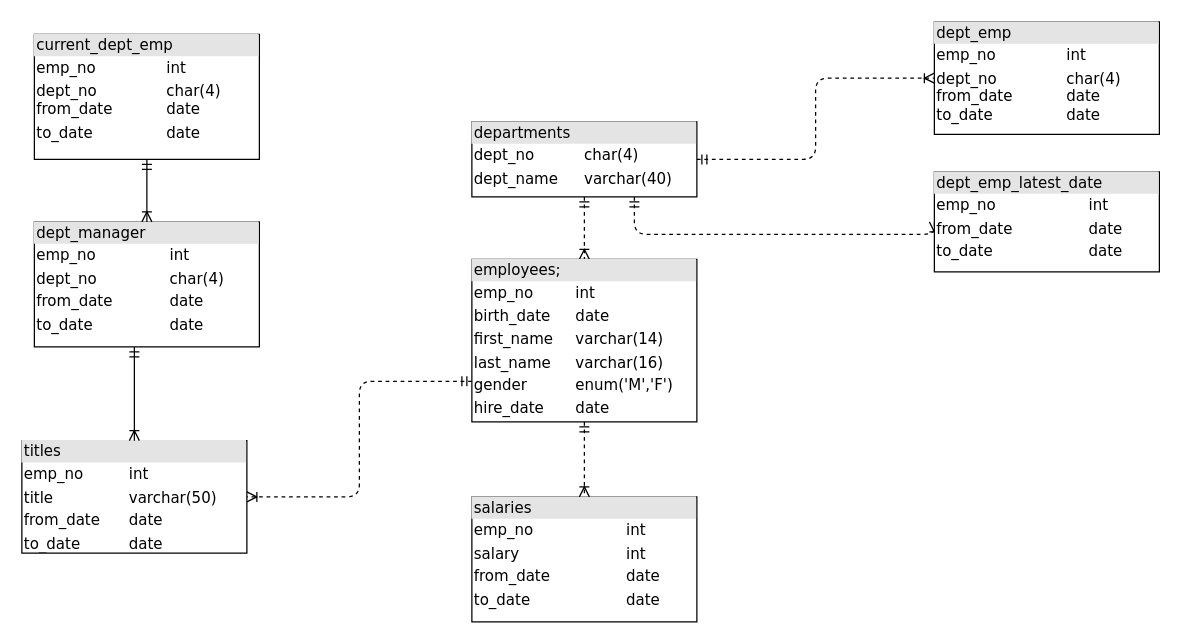
Before: act2/Untitled Diagram.drawio in DemiurgeApeiron/A01028325-InternetOfThings, a draw.io diagram. Source tidied: cells renumbered, new cells numbered last; positions are measured from the earlier drawing's top-left corner, leaving out a move shared by most shapes. Both pictures are drawn from the tidied source at 125%, with x=0, y=0 at pixel (21, 21).
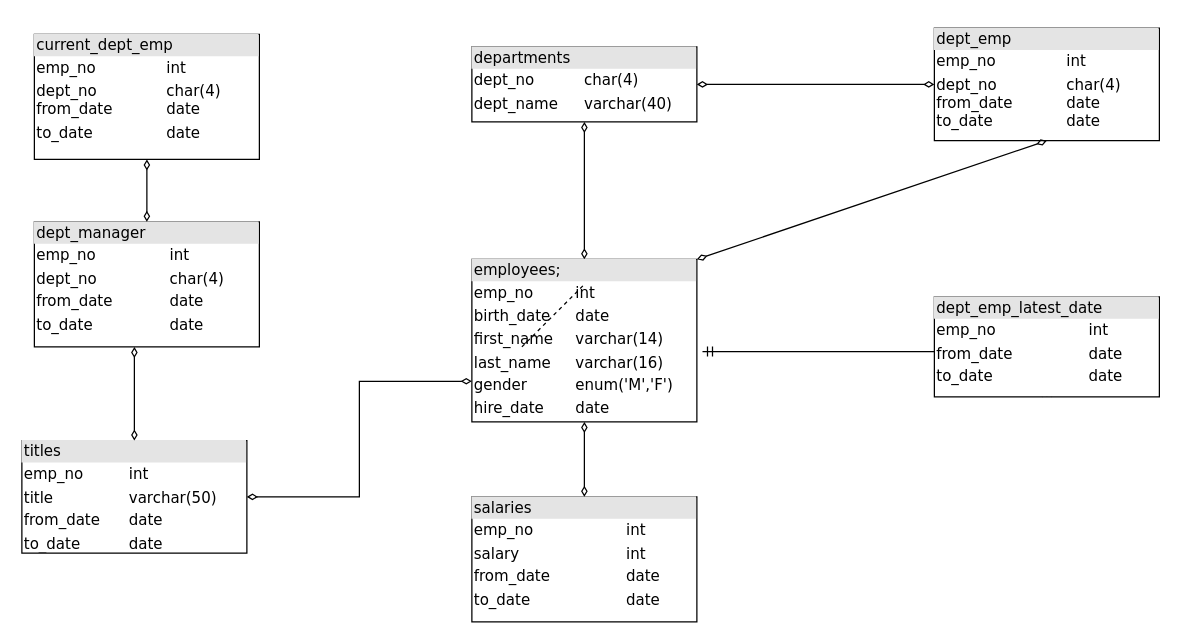
The same diagram, later.

Unchanged cells that the change refers to:
```xml
<mxCell id="2" value="&lt;div style=&quot;box-sizing: border-box ; width: 100% ; background: #e4e4e4 ; padding: 2px&quot;&gt;current_dept_emp&lt;/div&gt;&lt;table style=&quot;width: 100% ; font-size: 1em&quot; cellspacing=&quot;0&quot; cellpadding=&quot;2&quot;&gt;&lt;tbody&gt;&lt;tr&gt;&lt;td&gt;emp_no&lt;br&gt;&lt;/td&gt;&lt;td&gt;int&lt;/td&gt;&lt;/tr&gt;&lt;tr&gt;&lt;td&gt;dept_no&lt;br&gt;from_date&lt;br&gt;&lt;/td&gt;&lt;td&gt;char(4)&lt;br&gt;date&lt;br&gt;&lt;/td&gt;&lt;/tr&gt;&lt;tr&gt;&lt;td&gt;to_date&lt;br&gt;&lt;/td&gt;&lt;td&gt;date&lt;/td&gt;&lt;/tr&gt;&lt;/tbody&gt;&lt;/table&gt;" style="verticalAlign=top;align=left;overflow=fill;html=1;rounded=0;shadow=0;comic=0;labelBackgroundColor=none;strokeWidth=1;fontFamily=Verdana;fontSize=12;" parent="1" vertex="1">
  <mxGeometry x="10" y="10" width="180" height="100" as="geometry" />
</mxCell>
<mxCell id="8" value="&lt;div style=&quot;box-sizing: border-box ; width: 100% ; background: #e4e4e4 ; padding: 2px&quot;&gt;titles&lt;/div&gt;&lt;table style=&quot;width: 100% ; font-size: 1em&quot; cellspacing=&quot;0&quot; cellpadding=&quot;2&quot;&gt;&lt;tbody&gt;&lt;tr&gt;&lt;td&gt;emp_no&lt;/td&gt;&lt;td&gt;int&lt;/td&gt;&lt;/tr&gt;&lt;tr&gt;&lt;td&gt;title&lt;/td&gt;&lt;td&gt;varchar(50)&lt;/td&gt;&lt;/tr&gt;&lt;tr&gt;&lt;td&gt;from_date&lt;/td&gt;&lt;td&gt;date&lt;/td&gt;&lt;/tr&gt;&lt;tr&gt;&lt;td&gt;to_date&lt;/td&gt;&lt;td&gt;date&lt;br&gt;&lt;/td&gt;&lt;/tr&gt;&lt;/tbody&gt;&lt;/table&gt;" style="verticalAlign=top;align=left;overflow=fill;html=1;rounded=0;shadow=0;comic=0;labelBackgroundColor=none;strokeWidth=1;fontFamily=Verdana;fontSize=12;" parent="1" vertex="1">
  <mxGeometry y="335" width="180" height="90" as="geometry" />
</mxCell>
<mxCell id="10" value="&lt;div style=&quot;box-sizing: border-box ; width: 100% ; background: #e4e4e4 ; padding: 2px&quot;&gt;dept_manager&lt;/div&gt;&lt;table style=&quot;width: 100% ; font-size: 1em&quot; cellspacing=&quot;0&quot; cellpadding=&quot;2&quot;&gt;&lt;tbody&gt;&lt;tr&gt;&lt;td&gt;emp_no&lt;/td&gt;&lt;td&gt;&lt;br&gt;&lt;/td&gt;&lt;td&gt;int&lt;/td&gt;&lt;/tr&gt;&lt;tr&gt;&lt;td&gt;dept_no&lt;/td&gt;&lt;td&gt;&lt;br&gt;&lt;/td&gt;&lt;td&gt;char(4)&lt;/td&gt;&lt;/tr&gt;&lt;tr&gt;&lt;td&gt;from_date&lt;br&gt;&lt;/td&gt;&lt;td&gt;&lt;br&gt;&lt;/td&gt;&lt;td&gt;date &lt;br&gt;&lt;/td&gt;&lt;/tr&gt;&lt;tr&gt;&lt;td&gt;to_date&lt;br&gt;&lt;/td&gt;&lt;td&gt;&lt;br&gt;&lt;/td&gt;&lt;td&gt;date&lt;br&gt;&lt;/td&gt;&lt;/tr&gt;&lt;tr&gt;&lt;td&gt;&lt;br&gt;&lt;/td&gt;&lt;td&gt;&lt;br&gt;&lt;/td&gt;&lt;td&gt;&lt;br&gt;&lt;/td&gt;&lt;/tr&gt;&lt;/tbody&gt;&lt;/table&gt;" style="verticalAlign=top;align=left;overflow=fill;html=1;rounded=0;shadow=0;comic=0;labelBackgroundColor=none;strokeWidth=1;fontFamily=Verdana;fontSize=12;" parent="1" vertex="1">
  <mxGeometry x="10" y="160" width="180" height="100" as="geometry" />
</mxCell>
<mxCell id="11" value="&lt;div style=&quot;box-sizing: border-box ; width: 100% ; background: #e4e4e4 ; padding: 2px&quot;&gt;salaries&lt;/div&gt;&lt;table style=&quot;width: 100% ; font-size: 1em&quot; cellspacing=&quot;0&quot; cellpadding=&quot;2&quot;&gt;&lt;tbody&gt;&lt;tr&gt;&lt;td&gt;emp_no&lt;/td&gt;&lt;td&gt;int&lt;/td&gt;&lt;/tr&gt;&lt;tr&gt;&lt;td&gt;salary&lt;/td&gt;&lt;td&gt;int&lt;/td&gt;&lt;/tr&gt;&lt;tr&gt;&lt;td&gt;from_date&lt;/td&gt;&lt;td&gt;date&lt;/td&gt;&lt;/tr&gt;&lt;tr&gt;&lt;td&gt;to_date&lt;/td&gt;&lt;td&gt;date&lt;br&gt;&lt;/td&gt;&lt;/tr&gt;&lt;tr&gt;&lt;td&gt;&lt;br&gt;&lt;/td&gt;&lt;td&gt;&lt;br&gt;&lt;/td&gt;&lt;/tr&gt;&lt;/tbody&gt;&lt;/table&gt;" style="verticalAlign=top;align=left;overflow=fill;html=1;rounded=0;shadow=0;comic=0;labelBackgroundColor=none;strokeWidth=1;fontFamily=Verdana;fontSize=12;" parent="1" vertex="1">
  <mxGeometry x="360" y="380" width="180" height="100" as="geometry" />
</mxCell>
<mxCell id="13" value="&lt;div style=&quot;box-sizing: border-box ; width: 100% ; background: #e4e4e4 ; padding: 2px&quot;&gt;employees;&lt;/div&gt;&lt;table style=&quot;width: 100% ; font-size: 1em&quot; cellspacing=&quot;0&quot; cellpadding=&quot;2&quot;&gt;&lt;tbody&gt;&lt;tr&gt;&lt;td&gt;emp_no&lt;/td&gt;&lt;td&gt;int&lt;/td&gt;&lt;/tr&gt;&lt;tr&gt;&lt;td&gt;birth_date&lt;/td&gt;&lt;td&gt;date&lt;/td&gt;&lt;/tr&gt;&lt;tr&gt;&lt;td&gt;first_name&lt;br&gt;&lt;/td&gt;&lt;td&gt;varchar(14)&lt;/td&gt;&lt;/tr&gt;&lt;tr&gt;&lt;td&gt;last_name&lt;br&gt;&lt;/td&gt;&lt;td&gt;varchar(16)&lt;br&gt;&lt;/td&gt;&lt;/tr&gt;&lt;tr&gt;&lt;td&gt;gender&lt;br&gt;&lt;/td&gt;&lt;td&gt;enum('M','F')&lt;br&gt;&lt;/td&gt;&lt;/tr&gt;&lt;tr&gt;&lt;td&gt;hire_date&lt;br&gt;&lt;/td&gt;&lt;td&gt;date&lt;br&gt;&lt;/td&gt;&lt;/tr&gt;&lt;tr&gt;&lt;td&gt;&lt;br&gt;&lt;/td&gt;&lt;td&gt;&lt;br&gt;&lt;/td&gt;&lt;/tr&gt;&lt;tr&gt;&lt;td&gt;&lt;br&gt;&lt;/td&gt;&lt;td&gt;&lt;br&gt;&lt;/td&gt;&lt;/tr&gt;&lt;tr&gt;&lt;td&gt;&lt;br&gt;&lt;/td&gt;&lt;td&gt;&lt;br&gt;&lt;/td&gt;&lt;/tr&gt;&lt;tr&gt;&lt;td&gt;&lt;br&gt;&lt;/td&gt;&lt;td&gt;&lt;br&gt;&lt;/td&gt;&lt;/tr&gt;&lt;tr&gt;&lt;td&gt;&lt;br&gt;&lt;/td&gt;&lt;td&gt;&lt;br&gt;&lt;/td&gt;&lt;/tr&gt;&lt;tr&gt;&lt;td&gt;&lt;br&gt;&lt;/td&gt;&lt;td&gt;&lt;br&gt;&lt;/td&gt;&lt;/tr&gt;&lt;tr&gt;&lt;td&gt;&lt;br&gt;&lt;/td&gt;&lt;td&gt;&lt;br&gt;&lt;/td&gt;&lt;/tr&gt;&lt;tr&gt;&lt;td&gt;&lt;br&gt;&lt;/td&gt;&lt;td&gt;&lt;br&gt;&lt;/td&gt;&lt;/tr&gt;&lt;tr&gt;&lt;td&gt;&lt;br&gt;&lt;/td&gt;&lt;td&gt;&lt;br&gt;&lt;/td&gt;&lt;/tr&gt;&lt;tr&gt;&lt;td&gt;&lt;br&gt;&lt;/td&gt;&lt;td&gt;&lt;br&gt;&lt;/td&gt;&lt;/tr&gt;&lt;tr&gt;&lt;td&gt;&lt;br&gt;&lt;/td&gt;&lt;td&gt;&lt;br&gt;&lt;/td&gt;&lt;/tr&gt;&lt;/tbody&gt;&lt;/table&gt;" style="verticalAlign=top;align=left;overflow=fill;html=1;rounded=0;shadow=0;comic=0;labelBackgroundColor=none;strokeWidth=1;fontFamily=Verdana;fontSize=12;" parent="1" vertex="1">
  <mxGeometry x="360" y="190" width="180" height="130" as="geometry" />
</mxCell>
```

Change to the diagram source:
```diff
@@
-    <mxCell id="3" style="edgeStyle=orthogonalEdgeStyle;html=1;entryX=0.5;entryY=0;dashed=1;labelBackgroundColor=none;startArrow=ERmandOne;endArrow=ERoneToMany;fontFamily=Verdana;fontSize=12;align=left;" parent="1" edge="1" source="6" target="13">
+    <mxCell id="3" style="edgeStyle=orthogonalEdgeStyle;html=1;entryX=0.5;entryY=0;labelBackgroundColor=none;startArrow=diamondThin;endArrow=diamondThin;fontFamily=Verdana;fontSize=12;align=left;endFill=0;startFill=0;" parent="1" edge="1" source="6" target="13">
       <mxGeometry relative="1" as="geometry" />
     </mxCell>
-    <mxCell id="4" style="edgeStyle=orthogonalEdgeStyle;html=1;dashed=1;labelBackgroundColor=none;startArrow=ERmandOne;endArrow=ERoneToMany;fontFamily=Verdana;fontSize=12;align=left;entryX=0;entryY=0.5;" parent="1" edge="1" source="6" target="14">
+    <mxCell id="4" style="edgeStyle=orthogonalEdgeStyle;html=1;labelBackgroundColor=none;startArrow=ERmandOne;endArrow=ERoneToMany;fontFamily=Verdana;fontSize=12;align=left;entryX=0.5;entryY=1;exitX=1.025;exitY=0.567;exitDx=0;exitDy=0;exitPerimeter=0;entryDx=0;entryDy=0;" parent="1" edge="1" source="13" target="14">
       <mxGeometry relative="1" as="geometry">
         <Array as="points">
-          <mxPoint x="490" y="170" />
-          <mxPoint x="730" y="170" />
+          <mxPoint x="820" y="264" />
         </Array>
       </mxGeometry>
     </mxCell>
-    <mxCell id="5" style="edgeStyle=orthogonalEdgeStyle;html=1;dashed=1;labelBackgroundColor=none;startArrow=ERmandOne;endArrow=ERoneToMany;fontFamily=Verdana;fontSize=12;align=left;" parent="1" edge="1" source="6" target="15">
+    <mxCell id="5" style="edgeStyle=orthogonalEdgeStyle;html=1;labelBackgroundColor=none;startArrow=diamondThin;endArrow=diamondThin;fontFamily=Verdana;fontSize=12;align=left;rounded=0;endFill=0;startFill=0;" parent="1" edge="1" source="6" target="15">
       <mxGeometry relative="1" as="geometry" />
     </mxCell>
     <mxCell id="6" value="&lt;div style=&quot;box-sizing: border-box ; width: 100% ; background: #e4e4e4 ; padding: 2px&quot;&gt;departments&lt;/div&gt;&lt;table style=&quot;width: 100% ; font-size: 1em&quot; cellspacing=&quot;0&quot; cellpadding=&quot;2&quot;&gt;&lt;tbody&gt;&lt;tr&gt;&lt;td&gt;dept_no&lt;/td&gt;&lt;td&gt;char(4)&lt;/td&gt;&lt;/tr&gt;&lt;tr&gt;&lt;td&gt;dept_name&lt;/td&gt;&lt;td&gt;varchar(40)&lt;/td&gt;&lt;/tr&gt;&lt;tr&gt;&lt;td&gt;&lt;br&gt;&lt;/td&gt;&lt;td&gt;&lt;br&gt;&lt;/td&gt;&lt;/tr&gt;&lt;tr&gt;&lt;td&gt;&lt;br&gt;&lt;/td&gt;&lt;td&gt;&lt;br&gt;&lt;/td&gt;&lt;/tr&gt;&lt;tr&gt;&lt;td&gt;&lt;br&gt;&lt;/td&gt;&lt;td&gt;&lt;br&gt;&lt;/td&gt;&lt;/tr&gt;&lt;tr&gt;&lt;td&gt;&lt;br&gt;&lt;/td&gt;&lt;td&gt;&lt;br&gt;&lt;/td&gt;&lt;/tr&gt;&lt;/tbody&gt;&lt;/table&gt;" style="verticalAlign=top;align=left;overflow=fill;html=1;rounded=0;shadow=0;comic=0;labelBackgroundColor=none;strokeWidth=1;fontFamily=Verdana;fontSize=12;" parent="1" vertex="1">
-      <mxGeometry x="360" y="80" width="180" height="60" as="geometry" />
+      <mxGeometry x="360" y="20" width="180" height="60" as="geometry" />
     </mxCell>
-    <mxCell id="7" style="edgeStyle=orthogonalEdgeStyle;html=1;exitX=0;exitY=0.75;entryX=1;entryY=0.5;dashed=1;labelBackgroundColor=none;startArrow=ERmandOne;endArrow=ERoneToMany;fontFamily=Verdana;fontSize=12;align=left;" parent="1" edge="1" source="13" target="8">
+    <mxCell id="7" style="edgeStyle=orthogonalEdgeStyle;html=1;exitX=0;exitY=0.75;entryX=1;entryY=0.5;labelBackgroundColor=none;startArrow=diamondThin;endArrow=diamondThin;fontFamily=Verdana;fontSize=12;align=left;jumpSize=0;rounded=0;endFill=0;startFill=0;" parent="1" edge="1" source="13" target="8">
       <mxGeometry relative="1" as="geometry" />
     </mxCell>
@@
-    <mxCell id="9" style="edgeStyle=orthogonalEdgeStyle;html=1;entryX=0.5;entryY=0;labelBackgroundColor=none;startArrow=ERmandOne;endArrow=ERoneToMany;fontFamily=Verdana;fontSize=12;align=left;entryDx=0;entryDy=0;" parent="1" edge="1" source="10" target="8">
+    <mxCell id="9" style="edgeStyle=orthogonalEdgeStyle;html=1;entryX=0.5;entryY=0;labelBackgroundColor=none;startArrow=diamondThin;endArrow=diamondThin;fontFamily=Verdana;fontSize=12;align=left;entryDx=0;entryDy=0;endFill=0;startFill=0;" parent="1" edge="1" source="10" target="8">
       <mxGeometry relative="1" as="geometry">
         <Array as="points">
           <mxPoint x="90" y="335" />
         </Array>
       </mxGeometry>
     </mxCell>
@@
-    <mxCell id="12" style="edgeStyle=orthogonalEdgeStyle;html=1;entryX=0.5;entryY=0;labelBackgroundColor=none;startArrow=ERmandOne;endArrow=ERoneToMany;fontFamily=Verdana;fontSize=12;align=left;dashed=1;" parent="1" edge="1" source="13" target="11">
+    <mxCell id="12" style="edgeStyle=orthogonalEdgeStyle;html=1;entryX=0.5;entryY=0;labelBackgroundColor=none;startArrow=diamondThin;endArrow=diamondThin;fontFamily=Verdana;fontSize=12;align=left;endFill=0;startFill=0;" parent="1" edge="1" source="13" target="11">
       <mxGeometry relative="1" as="geometry" />
     </mxCell>
@@
     <mxCell id="14" value="&lt;div style=&quot;box-sizing: border-box ; width: 100% ; background: #e4e4e4 ; padding: 2px&quot;&gt;dept_emp_latest_date&lt;/div&gt;&lt;table style=&quot;width: 100% ; font-size: 1em&quot; cellspacing=&quot;0&quot; cellpadding=&quot;2&quot;&gt;&lt;tbody&gt;&lt;tr&gt;&lt;td&gt;emp_no&lt;/td&gt;&lt;td&gt;int&lt;/td&gt;&lt;/tr&gt;&lt;tr&gt;&lt;td&gt;from_date&lt;/td&gt;&lt;td&gt;date&lt;/td&gt;&lt;/tr&gt;&lt;tr&gt;&lt;td&gt;to_date&lt;/td&gt;&lt;td&gt;date&lt;/td&gt;&lt;/tr&gt;&lt;tr&gt;&lt;td&gt;&lt;br&gt;&lt;/td&gt;&lt;td&gt;&lt;br&gt;&lt;/td&gt;&lt;/tr&gt;&lt;tr&gt;&lt;td&gt;&lt;br&gt;&lt;/td&gt;&lt;td&gt;&lt;br&gt;&lt;/td&gt;&lt;/tr&gt;&lt;tr&gt;&lt;td&gt;&lt;br&gt;&lt;/td&gt;&lt;td&gt;&lt;br&gt;&lt;/td&gt;&lt;/tr&gt;&lt;tr&gt;&lt;td&gt;&lt;br&gt;&lt;/td&gt;&lt;td&gt;&lt;br&gt;&lt;/td&gt;&lt;/tr&gt;&lt;tr&gt;&lt;td&gt;&lt;br&gt;&lt;/td&gt;&lt;td&gt;&lt;br&gt;&lt;/td&gt;&lt;/tr&gt;&lt;tr&gt;&lt;td&gt;&lt;br&gt;&lt;/td&gt;&lt;td&gt;&lt;br&gt;&lt;/td&gt;&lt;/tr&gt;&lt;tr&gt;&lt;td&gt;&lt;br&gt;&lt;/td&gt;&lt;td&gt;&lt;br&gt;&lt;/td&gt;&lt;/tr&gt;&lt;tr&gt;&lt;td&gt;&lt;br&gt;&lt;/td&gt;&lt;td&gt;&lt;br&gt;&lt;/td&gt;&lt;/tr&gt;&lt;tr&gt;&lt;td&gt;&lt;br&gt;&lt;/td&gt;&lt;td&gt;&lt;br&gt;&lt;/td&gt;&lt;/tr&gt;&lt;/tbody&gt;&lt;/table&gt;" style="verticalAlign=top;align=left;overflow=fill;html=1;rounded=0;shadow=0;comic=0;labelBackgroundColor=none;strokeWidth=1;fontFamily=Verdana;fontSize=12;" parent="1" vertex="1">
-      <mxGeometry x="730" y="120" width="180" height="80" as="geometry" />
+      <mxGeometry x="730" y="220" width="180" height="80" as="geometry" />
     </mxCell>
     <mxCell id="15" value="&lt;div style=&quot;box-sizing: border-box ; width: 100% ; background: #e4e4e4 ; padding: 2px&quot;&gt;dept_emp&lt;/div&gt;&lt;table style=&quot;width: 100% ; font-size: 1em&quot; cellspacing=&quot;0&quot; cellpadding=&quot;2&quot;&gt;&lt;tbody&gt;&lt;tr&gt;&lt;td&gt;emp_no&lt;/td&gt;&lt;td&gt;int&lt;/td&gt;&lt;/tr&gt;&lt;tr&gt;&lt;td&gt;dept_no&lt;br&gt;from_date&lt;br&gt;to_date&lt;br&gt;&lt;/td&gt;&lt;td&gt;char(4)&lt;br&gt;date&lt;br&gt;date&lt;br&gt;&lt;/td&gt;&lt;/tr&gt;&lt;tr&gt;&lt;td&gt;&lt;br&gt;&lt;/td&gt;&lt;td&gt;&lt;br&gt;&lt;/td&gt;&lt;/tr&gt;&lt;/tbody&gt;&lt;/table&gt;" style="verticalAlign=top;align=left;overflow=fill;html=1;rounded=0;shadow=0;comic=0;labelBackgroundColor=none;strokeWidth=1;fontFamily=Verdana;fontSize=12;" parent="1" vertex="1">
-      <mxGeometry x="730" width="180" height="90" as="geometry" />
+      <mxGeometry x="730" y="5" width="180" height="90" as="geometry" />
     </mxCell>
-    <mxCell id="16" style="edgeStyle=orthogonalEdgeStyle;html=1;endArrow=ERoneToMany;startArrow=ERmandOne;labelBackgroundColor=none;fontFamily=Verdana;fontSize=12;align=left;exitX=0.5;exitY=1;entryX=0.5;entryY=0;" parent="1" edge="1" source="2" target="10">
+    <mxCell id="16" style="edgeStyle=orthogonalEdgeStyle;html=1;endArrow=diamondThin;startArrow=diamondThin;labelBackgroundColor=none;fontFamily=Verdana;fontSize=12;align=left;exitX=0.5;exitY=1;entryX=0.5;entryY=0;endFill=0;startFill=0;" parent="1" edge="1" source="2" target="10">
       <mxGeometry relative="1" as="geometry" />
     </mxCell>
+    <mxCell id="17" style="endArrow=none;dashed=1;html=1;" parent="1" edge="1">
+      <mxGeometry relative="1" as="geometry">
+        <mxPoint x="400" y="260" as="sourcePoint" />
+        <mxPoint x="450" y="210" as="targetPoint" />
+      </mxGeometry>
+    </mxCell>
+    <mxCell id="18" style="endArrow=diamondThin;html=1;strokeWidth=1;entryX=0.5;entryY=1;entryDx=0;entryDy=0;exitX=1;exitY=0;exitDx=0;exitDy=0;endFill=0;startArrow=diamondThin;startFill=0;" parent="1" edge="1" source="13" target="15">
+      <mxGeometry relative="1" as="geometry" />
+    </mxCell>
```
